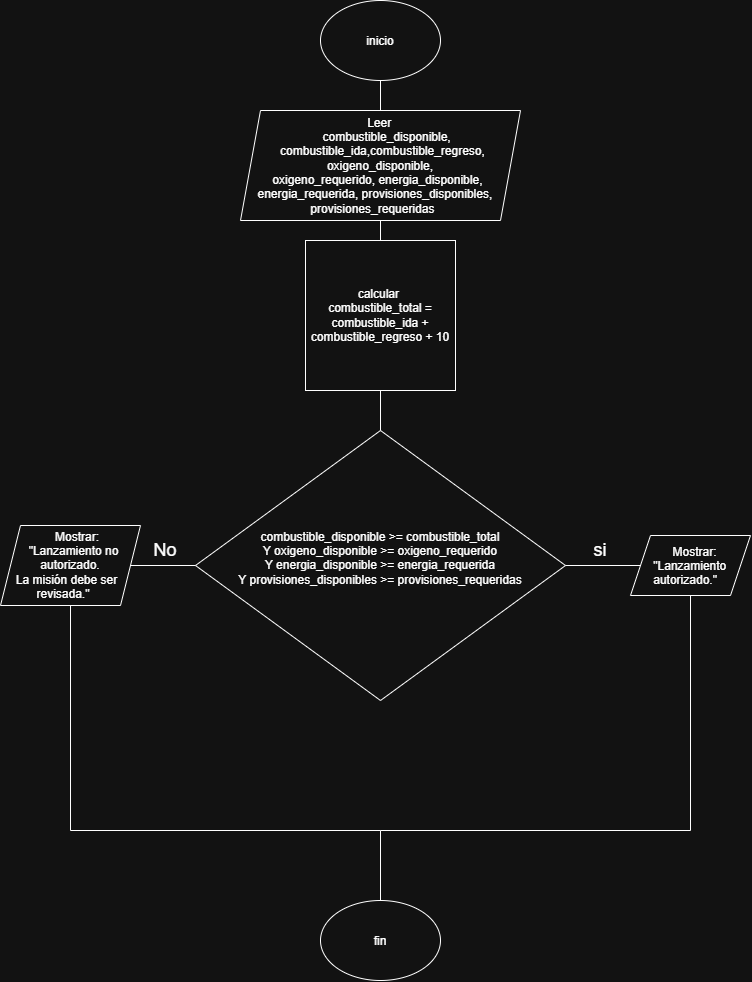
This is Diagramas_de_flujo/ejercisio_#4_.drawio.png from jmendezcan-dev/avance_proyecto, a draw.io export, as it was before one commit. Source tidied: cells renumbered, new cells last; positions are measured from the earlier drawing's top-left corner, leaving out a move shared by most shapes.
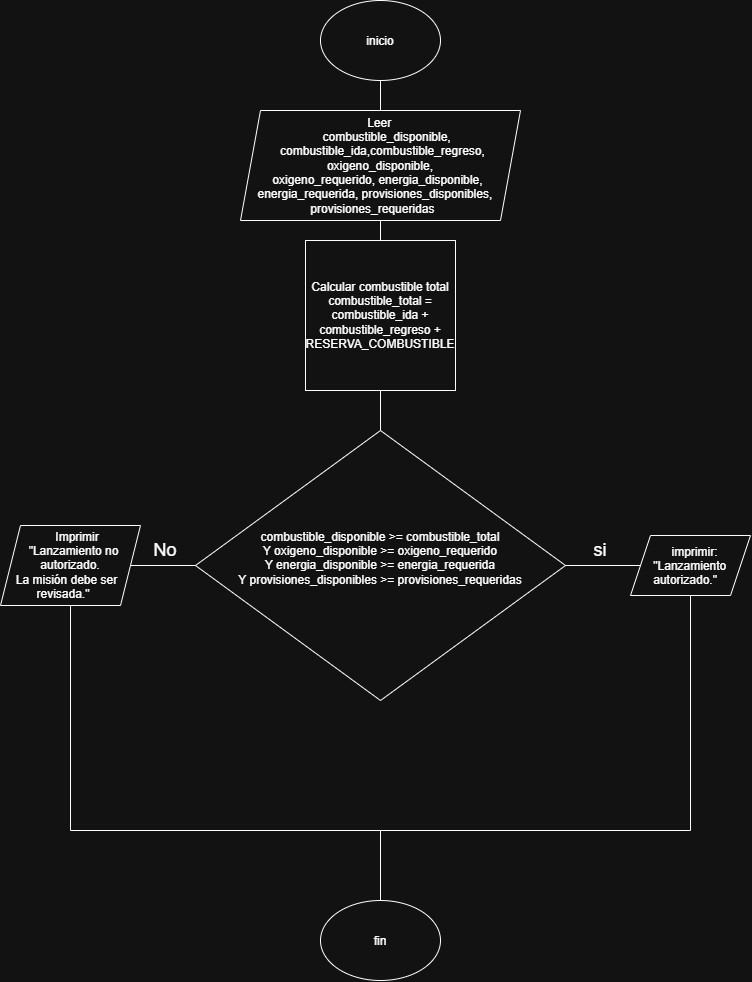
After the change.

What changed in the source:
```diff
@@ -8,7 +8,7 @@
     <mxCell id="3" value="&amp;nbsp; &amp;nbsp; &amp;nbsp; &amp;nbsp; &amp;nbsp; &amp;nbsp; &amp;nbsp; &amp;nbsp; &amp;nbsp; &amp;nbsp; &amp;nbsp; &amp;nbsp; &amp;nbsp; &amp;nbsp; &amp;nbsp;&amp;nbsp;&lt;span style=&quot;background-color: transparent; color: light-dark(rgb(0, 0, 0), rgb(255, 255, 255));&quot;&gt;Leer&amp;nbsp; &amp;nbsp; &amp;nbsp; &amp;nbsp; &amp;nbsp; &amp;nbsp; &amp;nbsp; &amp;nbsp; &amp;nbsp; &amp;nbsp; &amp;nbsp; &amp;nbsp; &amp;nbsp; &amp;nbsp; &amp;nbsp; &amp;nbsp; &amp;nbsp; &amp;nbsp; &amp;nbsp;combustible_disponible, combustible_ida,&lt;/span&gt;combustible_regreso, oxigeno_disponible,&lt;br&gt;oxigeno_requerido, energia_disponible,&lt;br&gt;energia_requerida, provisiones_disponibles,&lt;br&gt;provisiones_requeridas" style="shape=parallelogram;perimeter=parallelogramPerimeter;whiteSpace=wrap;html=1;shapeInside=1;fixedSize=1;" parent="1" vertex="1">
       <mxGeometry x="240" y="110" width="280" height="110" as="geometry" />
     </mxCell>
-    <mxCell id="4" value="calcular&amp;nbsp;&lt;div&gt;combustible_total = combustible_ida +&lt;br&gt;combustible_regreso + 10&lt;/div&gt;" style="whiteSpace=wrap;html=1;" parent="1" vertex="1">
+    <mxCell id="4" value="Calcular combustible total&lt;br style=&quot;padding: 0px; margin: 0px;&quot;&gt;combustible_total = combustible_ida +&lt;br style=&quot;padding: 0px; margin: 0px;&quot;&gt;combustible_regreso + RESERVA_COMBUSTIBLE" style="whiteSpace=wrap;html=1;" parent="1" vertex="1">
       <mxGeometry x="305" y="240" width="150" height="150" as="geometry" />
     </mxCell>
     <mxCell id="5" value="combustible_disponible &amp;gt;= combustible_total&lt;br&gt;Y oxigeno_disponible &amp;gt;= oxigeno_requerido&lt;br&gt;Y energia_disponible &amp;gt;= energia_requerida&lt;br&gt;Y provisiones_disponibles &amp;gt;= provisiones_requeridas" style="rhombus;whiteSpace=wrap;html=1;shapeInside=1;" parent="1" vertex="1">
@@ -23,7 +23,7 @@
     <mxCell id="8" style="endArrow=none;html=1;rounded=0;entryX=0.5;entryY=1;entryDx=0;entryDy=0;exitX=0.5;exitY=0;exitDx=0;exitDy=0;" parent="1" edge="1" source="5" target="4">
       <mxGeometry relative="1" as="geometry" />
     </mxCell>
-    <mxCell id="9" value="Mostrar:&lt;br&gt;&quot;Lanzamiento autorizado.&quot;" style="shape=parallelogram;perimeter=parallelogramPerimeter;whiteSpace=wrap;html=1;shapeInside=1;fixedSize=1;" parent="1" vertex="1">
+    <mxCell id="9" value="imprimir: &quot;Lanzamiento autorizado.&quot;" style="shape=parallelogram;perimeter=parallelogramPerimeter;whiteSpace=wrap;html=1;shapeInside=1;fixedSize=1;" parent="1" vertex="1">
       <mxGeometry x="630" y="535" width="120" height="60" as="geometry" />
     </mxCell>
     <mxCell id="10" style="endArrow=none;html=1;rounded=0;exitX=1;exitY=0.5;exitDx=0;exitDy=0;entryX=0;entryY=0.5;entryDx=0;entryDy=0;" parent="1" edge="1" source="5" target="9">
@@ -32,7 +32,7 @@
     <mxCell id="11" value="&lt;font style=&quot;font-size: 18px;&quot;&gt;si&lt;/font&gt;" style="text;html=1;whiteSpace=wrap;strokeColor=none;fillColor=none;align=center;verticalAlign=middle;rounded=0;" parent="1" vertex="1">
       <mxGeometry x="570" y="535" width="60" height="30" as="geometry" />
     </mxCell>
-    <mxCell id="12" value="Mostrar:&lt;br&gt;&quot;Lanzamiento no autorizado.&lt;br&gt;La misión debe ser revisada.&quot;" style="shape=parallelogram;perimeter=parallelogramPerimeter;whiteSpace=wrap;html=1;shapeInside=1;fixedSize=1;" parent="1" vertex="1">
+    <mxCell id="12" value="Imprimir&lt;br&gt;&quot;Lanzamiento no autorizado.&lt;br&gt;La misión debe ser revisada.&quot;" style="shape=parallelogram;perimeter=parallelogramPerimeter;whiteSpace=wrap;html=1;shapeInside=1;fixedSize=1;" parent="1" vertex="1">
       <mxGeometry y="525" width="140" height="80" as="geometry" />
     </mxCell>
     <mxCell id="13" style="endArrow=none;html=1;rounded=0;exitX=0;exitY=0.5;exitDx=0;exitDy=0;entryX=1;entryY=0.5;entryDx=0;entryDy=0;" parent="1" edge="1" source="5" target="12">
```
